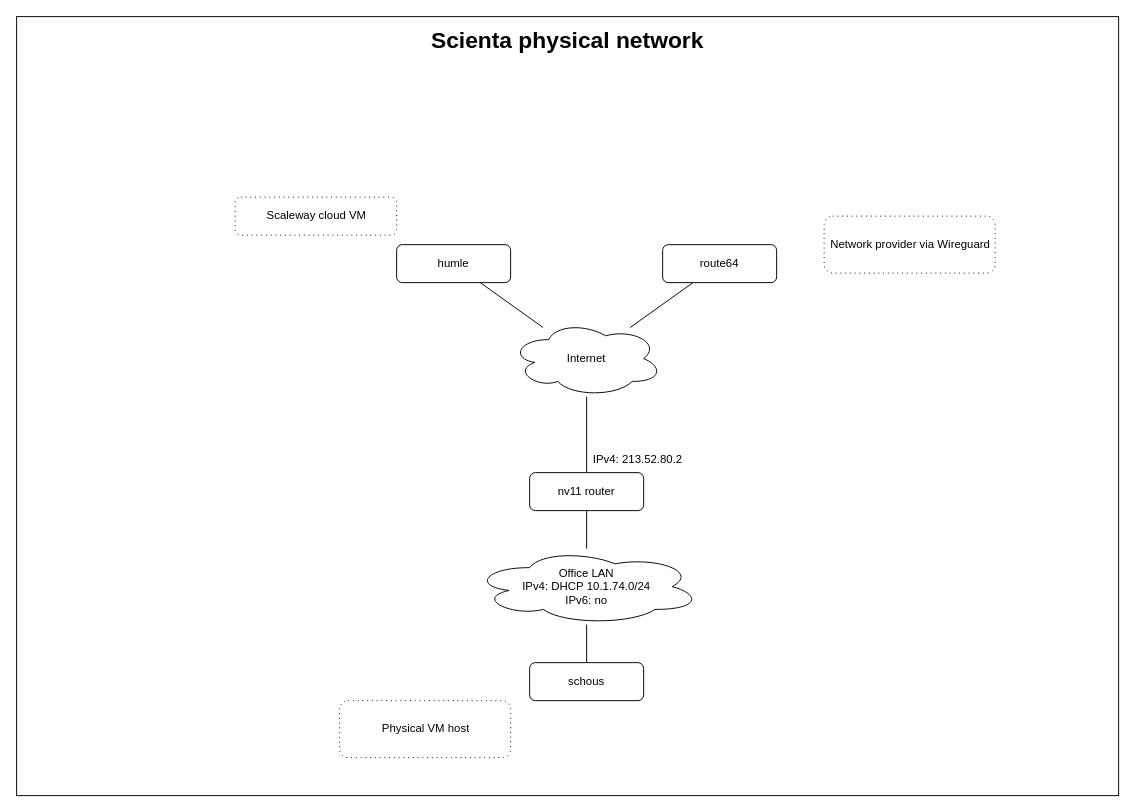
Scienta/infrastructure keeps this draw.io diagram as page "Physical network" (2 of 4) of docs/network.drawio. Above is the earlier version. Source tidied: cells renumbered, new cells numbered last; positions are measured from the earlier drawing's top-left corner, leaving out a move shared by most shapes. Both pictures are drawn from the tidied source at 95%, with x=0, y=0 at pixel (16, 16).
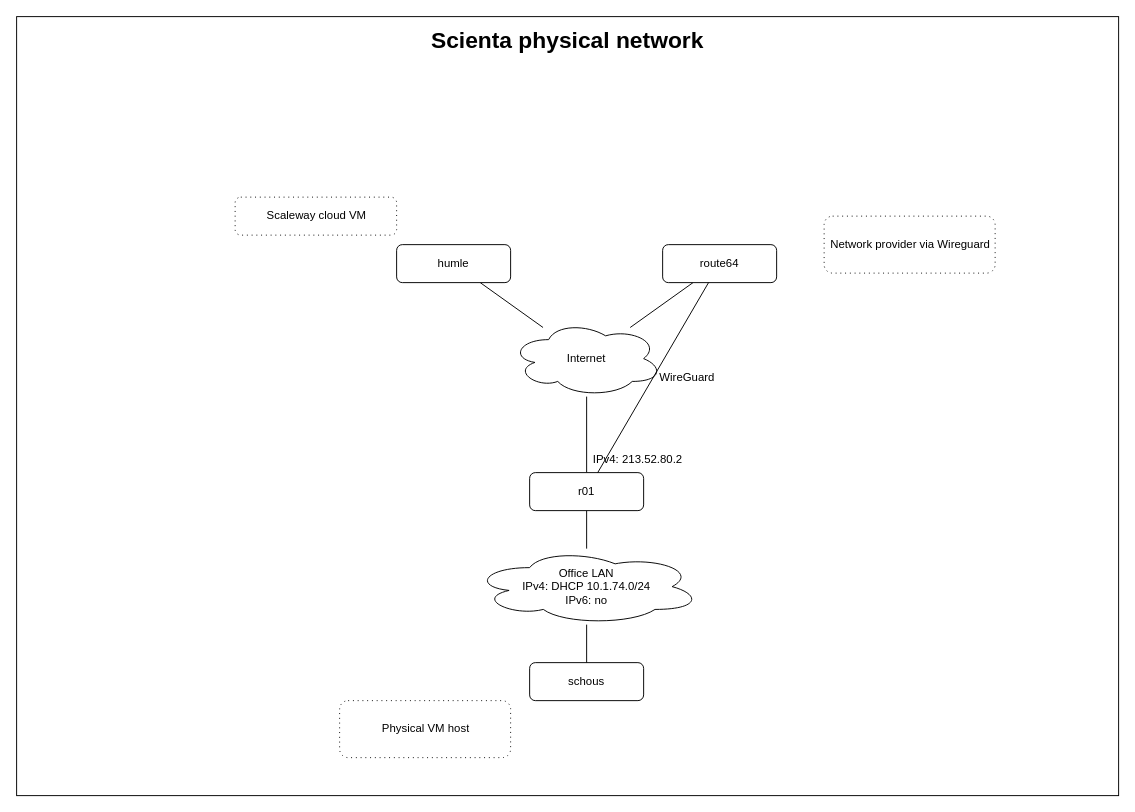
The same page after the edit.

Commit message (it also covers changes not shown here):
docs: Updating after new router

Diff of the diagram source:
```diff
@@
 <mxGraphModel>
   <root>
     <mxCell id="0" />
     <mxCell id="1" parent="0" />
     <mxCell id="2" style="rounded=0;whiteSpace=wrap;html=1;fillColor=none;" parent="1" vertex="1">
       <mxGeometry width="1160" height="820" as="geometry" />
     </mxCell>
     <mxCell id="3" style="rounded=0;jettySize=auto;html=1;endArrow=none;endFill=0;fontSize=16;" parent="1" edge="1" source="4" target="8">
       <mxGeometry relative="1" as="geometry" />
     </mxCell>
     <mxCell id="4" value="humle" style="rounded=1;whiteSpace=wrap;html=1;fontSize=12;" parent="1" vertex="1">
       <mxGeometry x="400" y="240" width="120" height="40" as="geometry" />
     </mxCell>
     <mxCell id="5" value="IPv4:&amp;nbsp;213.52.80.2" style="rounded=0;jettySize=auto;html=1;endArrow=none;endFill=0;fontSize=12;labelPosition=right;verticalLabelPosition=top;align=left;verticalAlign=bottom;spacingLeft=5;spacingBottom=5;" parent="1" edge="1" source="10" target="8">
       <mxGeometry x="-1" relative="1" as="geometry" />
     </mxCell>
     <mxCell id="6" value="schous" style="rounded=1;whiteSpace=wrap;html=1;fontSize=12;" parent="1" vertex="1">
       <mxGeometry x="540" y="680" width="120" height="40" as="geometry" />
     </mxCell>
     <mxCell id="7" style="rounded=0;jettySize=auto;html=1;endArrow=none;endFill=0;fontSize=16;" parent="1" edge="1" source="8" target="12">
       <mxGeometry relative="1" as="geometry" />
     </mxCell>
     <mxCell id="8" value="Internet" style="ellipse;shape=cloud;whiteSpace=wrap;html=1;fontSize=12;" parent="1" vertex="1">
       <mxGeometry x="520" y="320" width="160" height="80" as="geometry" />
     </mxCell>
     <mxCell id="9" style="rounded=0;jettySize=auto;html=1;endArrow=none;endFill=0;labelPosition=right;verticalLabelPosition=middle;align=left;verticalAlign=middle;spacingLeft=5;fontSize=16;" parent="1" edge="1" source="14" target="10">
       <mxGeometry relative="1" as="geometry" />
     </mxCell>
-    <mxCell id="10" value="nv11 router" style="rounded=1;whiteSpace=wrap;html=1;fontSize=12;" parent="1" vertex="1">
+    <mxCell id="10" value="r01" style="rounded=1;whiteSpace=wrap;html=1;fontSize=12;" parent="1" vertex="1">
       <mxGeometry x="540" y="480" width="120" height="40" as="geometry" />
     </mxCell>
     <mxCell id="11" value="Scienta physical network" style="text;html=1;strokeColor=none;fillColor=none;align=center;verticalAlign=top;whiteSpace=wrap;rounded=0;fontSize=24;fontStyle=1;spacingTop=5;" parent="1" vertex="1">
       <mxGeometry width="1160" height="30" as="geometry" />
     </mxCell>
     <mxCell id="12" value="route64" style="rounded=1;whiteSpace=wrap;html=1;fontSize=12;" parent="1" vertex="1">
       <mxGeometry x="680" y="240" width="120" height="40" as="geometry" />
     </mxCell>
+    <mxCell id="18" value="WireGuard" style="rounded=0;jettySize=auto;html=1;endArrow=none;endFill=0;fontSize=12;labelPosition=right;verticalLabelPosition=middle;align=left;verticalAlign=middle;spacingLeft=5;" parent="1" edge="1" source="12" target="10">
+      <mxGeometry relative="1" as="geometry" />
+    </mxCell>
     <mxCell id="13" style="rounded=0;jettySize=auto;html=1;endArrow=none;endFill=0;labelPosition=right;verticalLabelPosition=middle;align=left;verticalAlign=middle;spacingLeft=5;fontSize=16;" parent="1" edge="1" source="6" target="14">
       <mxGeometry relative="1" as="geometry" />
     </mxCell>
     <mxCell id="14" value="Office LAN&lt;br style=&quot;border-color: var(--border-color); font-size: 12px; text-align: left;&quot;&gt;&lt;span style=&quot;font-size: 12px; text-align: left; background-color: rgb(255, 255, 255);&quot;&gt;IPv4: DHCP&amp;nbsp;10.1.74.0/24&lt;/span&gt;&lt;br style=&quot;border-color: var(--border-color); font-size: 12px; text-align: left;&quot;&gt;&lt;span style=&quot;font-size: 12px; text-align: left; background-color: rgb(255, 255, 255);&quot;&gt;IPv6: no&lt;/span&gt;" style="ellipse;shape=cloud;whiteSpace=wrap;html=1;fontSize=12;" parent="1" vertex="1">
       <mxGeometry x="480" y="560" width="240" height="80" as="geometry" />
     </mxCell>
     <mxCell id="15" value="Physical VM host" style="text;html=1;strokeColor=default;fillColor=default;spacing=2;spacingTop=0;whiteSpace=wrap;overflow=hidden;rounded=1;verticalAlign=middle;dashed=1;dashPattern=1 4;perimeterSpacing=0;spacingLeft=2;align=center;" parent="1" vertex="1">
       <mxGeometry x="340" y="720" width="180" height="60" as="geometry" />
     </mxCell>
     <mxCell id="16" value="Scaleway cloud VM" style="text;html=1;strokeColor=default;fillColor=default;spacing=2;spacingTop=0;whiteSpace=wrap;overflow=hidden;rounded=1;verticalAlign=middle;dashed=1;dashPattern=1 4;perimeterSpacing=0;spacingLeft=2;align=center;" parent="1" vertex="1">
       <mxGeometry x="230" y="190" width="170" height="40" as="geometry" />
     </mxCell>
     <mxCell id="17" value="Network provider via Wireguard" style="text;html=1;strokeColor=default;fillColor=default;spacing=2;spacingTop=0;whiteSpace=wrap;overflow=hidden;rounded=1;verticalAlign=middle;dashed=1;dashPattern=1 4;perimeterSpacing=0;spacingLeft=2;align=center;" parent="1" vertex="1">
       <mxGeometry x="850" y="210" width="180" height="60" as="geometry" />
     </mxCell>
   </root>
 </mxGraphModel>
```
